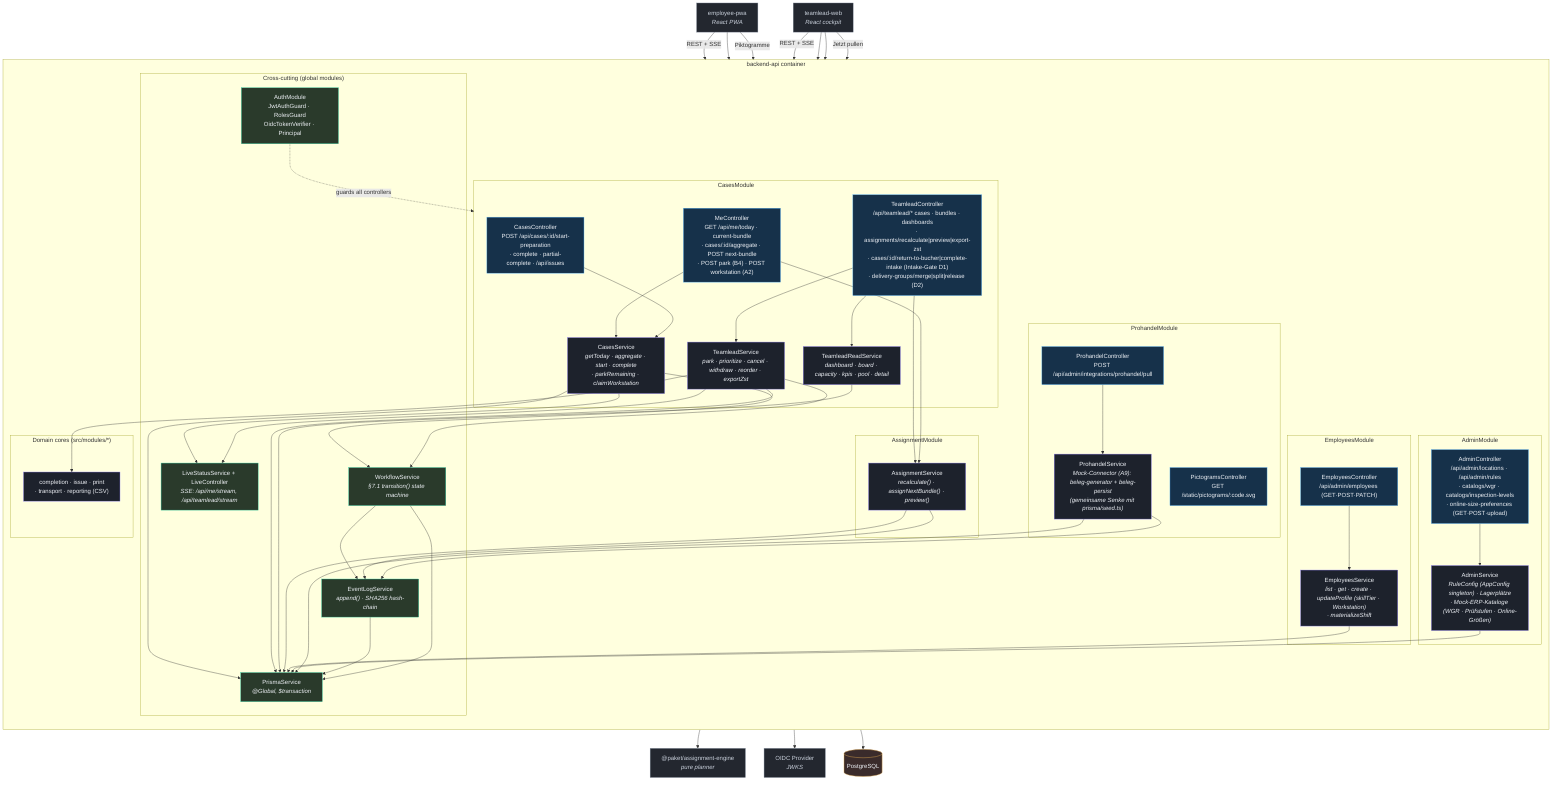
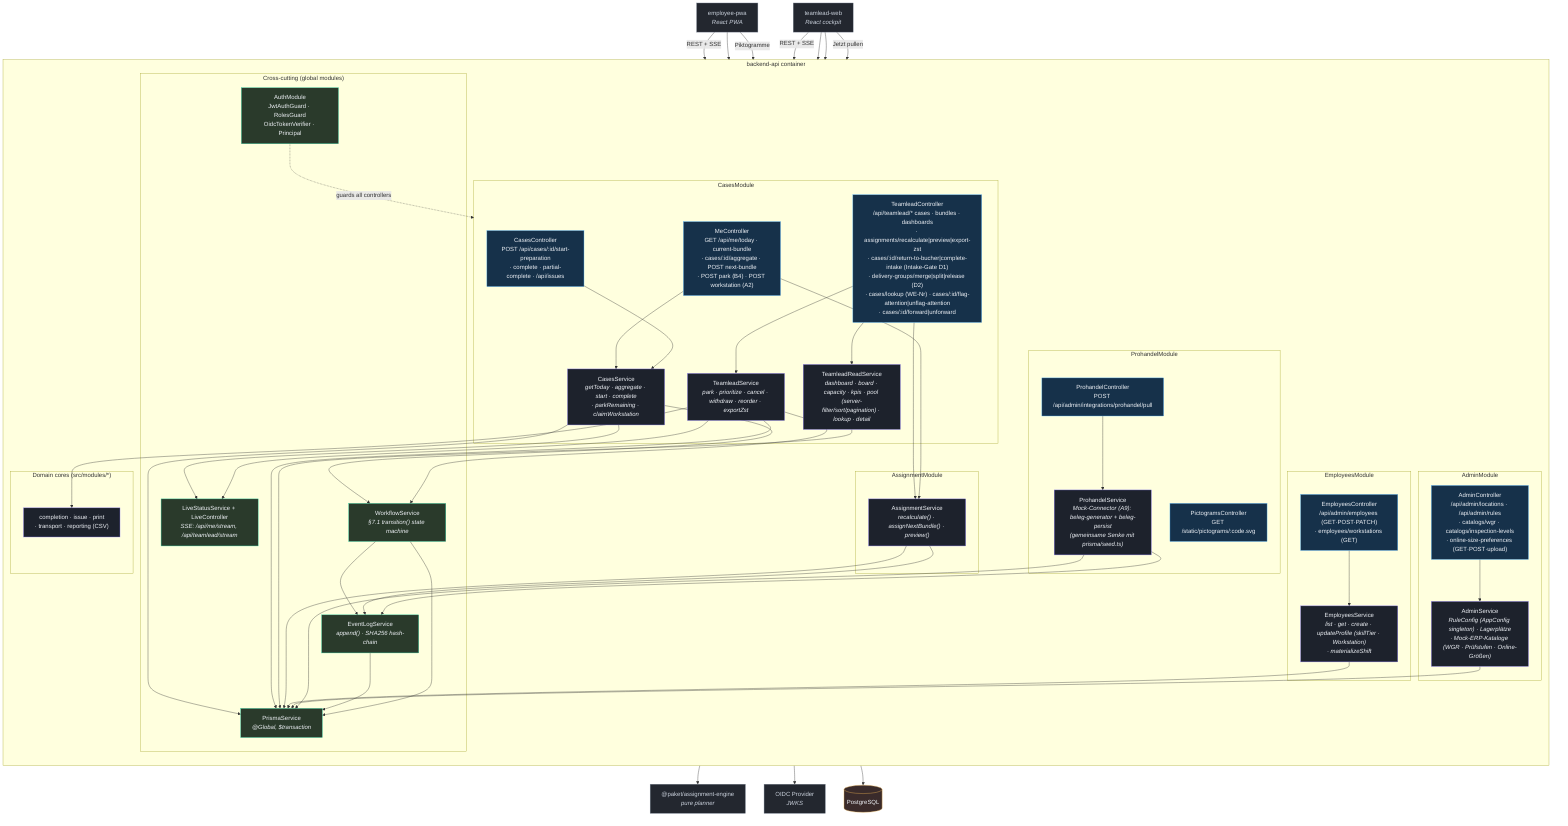
%% C4 Level 3 — Components: backend-api (NestJS on Fastify)
%% Verified against apps/backend-api/src/* (app.module.ts, cases/, assignment/, employees/,
%% admin/, prohandel/, workflow/, events/, live/, auth/, prisma/, health/, openapi/).
flowchart TB
    classDef ctrl fill:#16314a,stroke:#56b6ff,color:#eef1f6;
    classDef svc fill:#1d222c,stroke:#8b7cf6,color:#eef1f6;
    classDef cross fill:#2a3a2b,stroke:#2dd4a7,color:#eef1f6;
    classDef ext fill:#23272f,stroke:#7c8696,color:#cbd2dd;
    classDef store fill:#3a2b2b,stroke:#f5b955,color:#eef1f6;

    pwa["employee-pwa<br/><i>React PWA</i>"]:::ext
    web["teamlead-web<br/><i>React cockpit</i>"]:::ext
    oidc["OIDC Provider<br/><i>JWKS</i>"]:::ext
    db[("PostgreSQL")]:::store
    enginePkg["@paket/assignment-engine<br/><i>pure planner</i>"]:::ext

    subgraph api["backend-api container"]
        direction TB

        subgraph crosscut["Cross-cutting (global modules)"]
            auth["AuthModule<br/>JwtAuthGuard · RolesGuard<br/>OidcTokenVerifier · Principal"]:::cross
            prisma["PrismaService<br/><i>@Global, $transaction</i>"]:::cross
            events["EventLogService<br/><i>append() · SHA256 hash-chain</i>"]:::cross
            workflow["WorkflowService<br/><i>§7.1 transition() state machine</i>"]:::cross
            live["LiveStatusService + LiveController<br/><i>SSE: /api/me/stream, /api/teamlead/stream</i>"]:::cross
        end

        subgraph cases["CasesModule"]
            meCtrl["MeController<br/>GET /api/me/today · current-bundle<br/>· cases/:id/aggregate · POST next-bundle<br/>· POST park (B4) · POST workstation (A2)"]:::ctrl
            casesCtrl["CasesController<br/>POST /api/cases/:id/start-preparation<br/>· complete · partial-complete · /api/issues"]:::ctrl
-             tlCtrl["TeamleadController<br/>/api/teamlead/* cases · bundles · dashboards<br/>· assignments/recalculate|preview|export-zst<br/>· cases/:id/return-to-bucher|complete-intake (Intake-Gate D1)<br/>· delivery-groups/merge|split|release (D2)"]:::ctrl
+             tlCtrl["TeamleadController<br/>/api/teamlead/* cases · bundles · dashboards<br/>· assignments/recalculate|preview|export-zst<br/>· cases/:id/return-to-bucher|complete-intake (Intake-Gate D1)<br/>· delivery-groups/merge|split|release (D2)<br/>· cases/lookup (WE-Nr) · cases/:id/flag-attention|unflag-attention<br/>· cases/:id/forward|unforward"]:::ctrl
            casesSvc["CasesService<br/><i>getToday · aggregate · start · complete<br/>· parkRemaining · claimWorkstation</i>"]:::svc
            tlSvc["TeamleadService<br/><i>park · prioritize · cancel · withdraw · reorder · exportZst</i>"]:::svc
-             tlRead["TeamleadReadService<br/><i>dashboard · board · capacity · kpis · pool · detail</i>"]:::svc
+             tlRead["TeamleadReadService<br/><i>dashboard · board · capacity · kpis · pool (server-filter/sort/pagination) · lookup · detail</i>"]:::svc
        end

        subgraph assignment["AssignmentModule"]
            asgSvc["AssignmentService<br/><i>recalculate() · assignNextBundle() · preview()</i>"]:::svc
        end

        subgraph empl["EmployeesModule"]
-             emplCtrl["EmployeesController<br/>/api/admin/employees (GET·POST·PATCH)"]:::ctrl
+             emplCtrl["EmployeesController<br/>/api/admin/employees (GET·POST·PATCH)<br/>· employees/workstations (GET)"]:::ctrl
            emplSvc["EmployeesService<br/><i>list · get · create · updateProfile (skillTier · Workstation)<br/>· materializeShift</i>"]:::svc
        end

        subgraph adminMod["AdminModule"]
            adminCtrl["AdminController<br/>/api/admin/locations · /api/admin/rules<br/>· catalogs/wgr · catalogs/inspection-levels<br/>· online-size-preferences (GET·POST·upload)"]:::ctrl
            adminSvc["AdminService<br/><i>RuleConfig (AppConfig singleton) · Lagerplätze<br/>· Mock-ERP-Kataloge (WGR · Prüfstufen · Online-Größen)</i>"]:::svc
        end

        subgraph prohandel["ProhandelModule"]
            phCtrl["ProhandelController<br/>POST /api/admin/integrations/prohandel/pull"]:::ctrl
            pictoCtrl["PictogramsController<br/>GET /static/pictograms/:code.svg"]:::ctrl
            phSvc["ProhandelService<br/><i>Mock-Connector (A9): beleg-generator + beleg-persist<br/>(gemeinsame Senke mit prisma/seed.ts)</i>"]:::svc
        end

        subgraph dom["Domain cores (src/modules/*)"]
            mods["completion · issue · print<br/>· transport · reporting (CSV)"]:::svc
        end
    end

    pwa -->|"REST + SSE"| meCtrl
    pwa --> casesCtrl
    pwa -->|"Piktogramme"| pictoCtrl
    web -->|"REST + SSE"| tlCtrl
    web --> emplCtrl
    web --> adminCtrl
    web -->|"Jetzt pullen"| phCtrl

    meCtrl --> casesSvc
    casesCtrl --> casesSvc
    tlCtrl --> tlSvc
    tlCtrl --> tlRead
    tlCtrl --> asgSvc
    meCtrl --> asgSvc
    emplCtrl --> emplSvc
    adminCtrl --> adminSvc
    phCtrl --> phSvc

    casesSvc --> workflow
    tlSvc --> workflow
    workflow --> events
    casesSvc --> live
    tlSvc --> live
    asgSvc --> enginePkg
    asgSvc --> events
    phSvc --> events
    tlSvc --> mods

    auth -. "guards all controllers" .-> cases
    auth --> oidc
    casesSvc --> prisma
    tlSvc --> prisma
    tlRead --> prisma
    asgSvc --> prisma
    emplSvc --> prisma
    adminSvc --> prisma
    phSvc --> prisma
    events --> prisma
    workflow --> prisma
    prisma --> db
